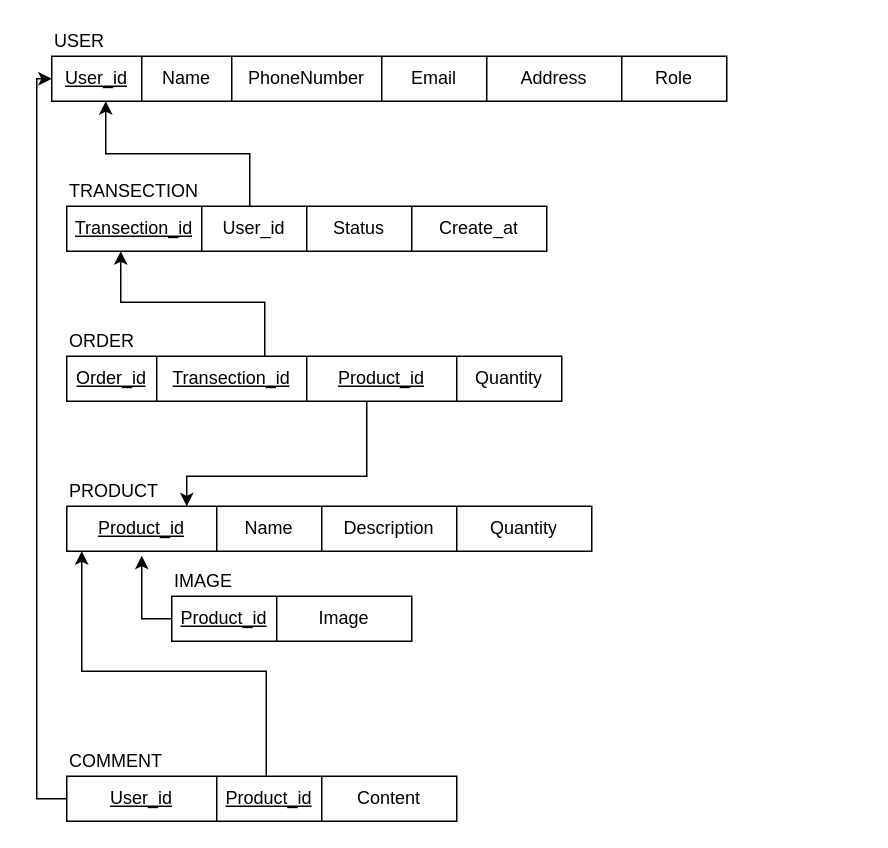
The draw.io diagram page "lược đồ quan hệ" (2 of 2) of Untitled Diagram.drawio in nguyenson66/smart_phone, before the edit. Source tidied: cells renumbered, new cells numbered last; positions are measured from the earlier drawing's top-left corner, leaving out a move shared by most shapes. Both pictures are drawn from the tidied source at 150%, with x=0, y=0 at pixel (51, 26).
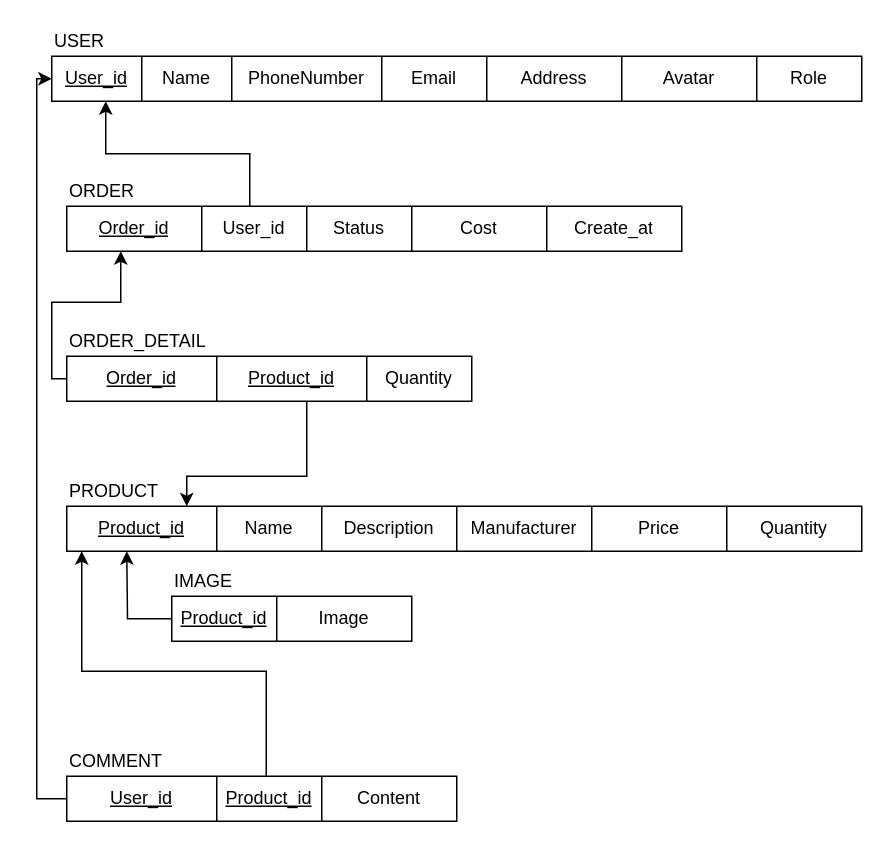
The same page after the edit.

The change refers to these unchanged cells:
```xml
<mxCell id="28" style="shape=partialRectangle;html=1;whiteSpace=wrap;fillColor=none;top=0;left=0;bottom=0;right=0;points=[[0,0.5],[1,0.5]];portConstraint=eastwest;" parent="27" vertex="1">
  <mxGeometry width="160" height="30" as="geometry" />
</mxCell>
```

What changed in the source:
```diff
@@
     <mxCell id="2" style="shape=table;html=1;whiteSpace=wrap;startSize=0;childLayout=tableLayout;" parent="1" vertex="1">
-      <mxGeometry y="20" width="450" height="30" as="geometry" />
+      <mxGeometry y="20" width="540" height="30" as="geometry" />
     </mxCell>
     <mxCell id="3" style="shape=partialRectangle;html=1;whiteSpace=wrap;fillColor=none;top=0;left=0;bottom=0;right=0;points=[[0,0.5],[1,0.5]];portConstraint=eastwest;" parent="2" vertex="1">
-      <mxGeometry width="450" height="30" as="geometry" />
+      <mxGeometry width="540" height="30" as="geometry" />
     </mxCell>
@@
+    <mxCell id="49" value="Avatar" style="shape=partialRectangle;html=1;whiteSpace=wrap;fillColor=none;top=0;left=0;bottom=0;right=0;overflow=hidden;" parent="3" vertex="1">
+      <mxGeometry x="380" width="90" height="30" as="geometry" />
+    </mxCell>
     <mxCell id="9" value="Role" style="shape=partialRectangle;html=1;whiteSpace=wrap;fillColor=none;top=0;left=0;bottom=0;right=0;overflow=hidden;" parent="3" vertex="1">
-      <mxGeometry x="380" width="70" height="30" as="geometry" />
+      <mxGeometry x="470" width="70" height="30" as="geometry" />
     </mxCell>
     <mxCell id="10" style="shape=table;html=1;whiteSpace=wrap;startSize=0;childLayout=tableLayout;" parent="1" vertex="1">
-      <mxGeometry x="10" y="220" width="330" height="30" as="geometry" />
+      <mxGeometry x="10" y="220" width="270" height="30" as="geometry" />
     </mxCell>
     <mxCell id="11" style="shape=partialRectangle;html=1;whiteSpace=wrap;fillColor=none;top=0;left=0;bottom=0;right=0;points=[[0,0.5],[1,0.5]];portConstraint=eastwest;" parent="10" vertex="1">
-      <mxGeometry width="330" height="30" as="geometry" />
+      <mxGeometry width="270" height="30" as="geometry" />
     </mxCell>
-    <mxCell id="12" value="&lt;u&gt;Order_id&lt;/u&gt;" style="shape=partialRectangle;html=1;whiteSpace=wrap;fillColor=none;top=0;left=0;bottom=0;right=0;overflow=hidden;" parent="11" vertex="1">
-      <mxGeometry width="60" height="30" as="geometry" />
-    </mxCell>
-    <mxCell id="13" value="&lt;u&gt;Transection_id&lt;/u&gt;" style="shape=partialRectangle;html=1;whiteSpace=wrap;fillColor=none;top=0;left=0;bottom=0;right=0;overflow=hidden;" parent="11" vertex="1">
-      <mxGeometry x="60" width="100" height="30" as="geometry" />
+    <mxCell id="13" value="&lt;u&gt;Order_id&lt;/u&gt;" style="shape=partialRectangle;html=1;whiteSpace=wrap;fillColor=none;top=0;left=0;bottom=0;right=0;overflow=hidden;" parent="11" vertex="1">
+      <mxGeometry width="100" height="30" as="geometry" />
     </mxCell>
     <mxCell id="14" value="&lt;u&gt;Product_id&lt;/u&gt;" style="shape=partialRectangle;html=1;whiteSpace=wrap;fillColor=none;top=0;left=0;bottom=0;right=0;overflow=hidden;" parent="11" vertex="1">
-      <mxGeometry x="160" width="100" height="30" as="geometry" />
+      <mxGeometry x="100" width="100" height="30" as="geometry" />
     </mxCell>
     <mxCell id="15" value="Quantity" style="shape=partialRectangle;html=1;whiteSpace=wrap;fillColor=none;top=0;left=0;bottom=0;right=0;overflow=hidden;" parent="11" vertex="1">
-      <mxGeometry x="260" width="70" height="30" as="geometry" />
+      <mxGeometry x="200" width="70" height="30" as="geometry" />
     </mxCell>
     <mxCell id="16" style="shape=table;html=1;whiteSpace=wrap;startSize=0;childLayout=tableLayout;" parent="1" vertex="1">
-      <mxGeometry x="10" y="320" width="350" height="30" as="geometry" />
+      <mxGeometry x="10" y="320" width="530" height="30" as="geometry" />
     </mxCell>
     <mxCell id="17" style="shape=partialRectangle;html=1;whiteSpace=wrap;fillColor=none;top=0;left=0;bottom=0;right=0;points=[[0,0.5],[1,0.5]];portConstraint=eastwest;" parent="16" vertex="1">
-      <mxGeometry width="350" height="30" as="geometry" />
+      <mxGeometry width="530" height="30" as="geometry" />
     </mxCell>
@@
+    <mxCell id="50" value="Manufacturer" style="shape=partialRectangle;html=1;whiteSpace=wrap;fillColor=none;top=0;left=0;bottom=0;right=0;overflow=hidden;" parent="17" vertex="1">
+      <mxGeometry x="260" width="90" height="30" as="geometry" />
+    </mxCell>
+    <mxCell id="51" value="Price" style="shape=partialRectangle;html=1;whiteSpace=wrap;fillColor=none;top=0;left=0;bottom=0;right=0;overflow=hidden;" parent="17" vertex="1">
+      <mxGeometry x="350" width="90" height="30" as="geometry" />
+    </mxCell>
     <mxCell id="21" value="Quantity" style="shape=partialRectangle;html=1;whiteSpace=wrap;fillColor=none;top=0;left=0;bottom=0;right=0;overflow=hidden;" parent="17" vertex="1">
-      <mxGeometry x="260" width="90" height="30" as="geometry" />
+      <mxGeometry x="440" width="90" height="30" as="geometry" />
     </mxCell>
@@
-    <mxCell id="32" value="ORDER" style="text;html=1;align=left;verticalAlign=middle;strokeColor=none;fillColor=none;" parent="1" vertex="1">
-      <mxGeometry x="10" y="200" width="60" height="20" as="geometry" />
+    <mxCell id="32" value="ORDER_DETAIL" style="text;html=1;align=left;verticalAlign=middle;strokeColor=none;fillColor=none;" parent="1" vertex="1">
+      <mxGeometry x="10" y="200" width="110" height="20" as="geometry" />
     </mxCell>
@@
-    <mxCell id="36" style="edgeStyle=orthogonalEdgeStyle;rounded=0;jettySize=auto;html=1;entryX=0.142;entryY=1.1;entryDx=0;entryDy=0;entryPerimeter=0;exitX=0;exitY=0.5;exitDx=0;exitDy=0;" parent="1" edge="1" source="28" target="17">
-      <mxGeometry relative="1" as="geometry" />
+    <mxCell id="36" style="edgeStyle=orthogonalEdgeStyle;rounded=0;jettySize=auto;html=1;" parent="1" edge="1" source="28">
+      <mxGeometry relative="1" as="geometry">
+        <mxPoint x="50" y="350" as="targetPoint" />
+      </mxGeometry>
     </mxCell>
     <mxCell id="37" style="endArrow=classic;html=1;rounded=0;edgeStyle=orthogonalEdgeStyle;" parent="1" edge="1" source="11" target="17">
       <mxGeometry relative="1" as="geometry">
         <Array as="points">
-          <mxPoint x="210" y="300" />
+          <mxPoint x="170" y="300" />
           <mxPoint x="90" y="300" />
         </Array>
       </mxGeometry>
     </mxCell>
@@
     <mxCell id="40" style="shape=table;html=1;whiteSpace=wrap;startSize=0;childLayout=tableLayout;" parent="1" vertex="1">
-      <mxGeometry x="10" y="120" width="320" height="30" as="geometry" />
+      <mxGeometry x="10" y="120" width="410" height="30" as="geometry" />
     </mxCell>
     <mxCell id="41" style="shape=partialRectangle;html=1;whiteSpace=wrap;fillColor=none;top=0;left=0;bottom=0;right=0;points=[[0,0.5],[1,0.5]];portConstraint=eastwest;" parent="40" vertex="1">
-      <mxGeometry width="320" height="30" as="geometry" />
+      <mxGeometry width="410" height="30" as="geometry" />
     </mxCell>
-    <mxCell id="42" value="&lt;u&gt;Transection_id&lt;/u&gt;" style="shape=partialRectangle;html=1;whiteSpace=wrap;fillColor=none;top=0;left=0;bottom=0;right=0;overflow=hidden;" parent="41" vertex="1">
+    <mxCell id="42" value="&lt;u&gt;Order_id&lt;/u&gt;" style="shape=partialRectangle;html=1;whiteSpace=wrap;fillColor=none;top=0;left=0;bottom=0;right=0;overflow=hidden;" parent="41" vertex="1">
       <mxGeometry width="90" height="30" as="geometry" />
     </mxCell>
@@
+    <mxCell id="52" value="Cost" style="shape=partialRectangle;html=1;whiteSpace=wrap;fillColor=none;top=0;left=0;bottom=0;right=0;overflow=hidden;" parent="41" vertex="1">
+      <mxGeometry x="230" width="90" height="30" as="geometry" />
+    </mxCell>
     <mxCell id="45" value="Create_at" style="shape=partialRectangle;html=1;whiteSpace=wrap;fillColor=none;top=0;left=0;bottom=0;right=0;overflow=hidden;" parent="41" vertex="1">
-      <mxGeometry x="230" width="90" height="30" as="geometry" />
+      <mxGeometry x="320" width="90" height="30" as="geometry" />
     </mxCell>
-    <mxCell id="46" value="TRANSECTION" style="text;html=1;align=left;verticalAlign=middle;strokeColor=none;fillColor=none;" parent="1" vertex="1">
-      <mxGeometry x="10" y="100" width="100" height="20" as="geometry" />
+    <mxCell id="46" value="ORDER" style="text;html=1;align=left;verticalAlign=middle;strokeColor=none;fillColor=none;" parent="1" vertex="1">
+      <mxGeometry x="10" y="100" width="60" height="20" as="geometry" />
     </mxCell>
@@
     <mxCell id="48" style="endArrow=none;html=1;rounded=0;edgeStyle=orthogonalEdgeStyle;startArrow=classic;startFill=1;endFill=0;" parent="1" edge="1" source="41" target="11">
       <mxGeometry relative="1" as="geometry">
         <Array as="points">
           <mxPoint x="46" y="184" />
-          <mxPoint x="142" y="184" />
+          <mxPoint y="184" />
+          <mxPoint y="235" />
         </Array>
       </mxGeometry>
     </mxCell>
```
